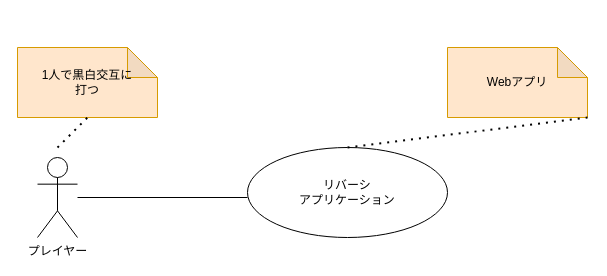
The draw.io diagram docs/context_diagram.drawio in t1k2a/udemy-reversi-webapp, before the edit. Source tidied: cells renumbered, new cells numbered last; positions are measured from the earlier drawing's top-left corner, leaving out a move shared by most shapes. Both pictures are drawn from the tidied source at 100%, with x=0, y=0 at pixel (17, 47).
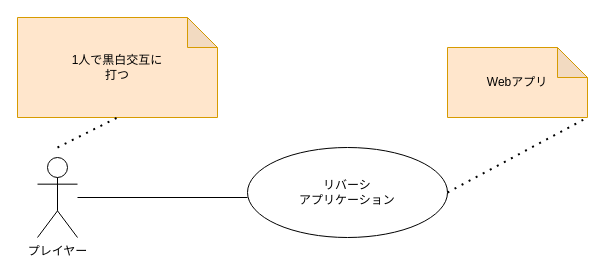
The same diagram, later.

The edit, as a diff of the source:
```diff
@@
 <mxGraphModel>
   <root>
     <mxCell id="0" />
     <mxCell id="1" parent="0" />
     <mxCell id="2" value="リバーシ&lt;br&gt;アプリケーション" style="ellipse;whiteSpace=wrap;html=1;" parent="1" vertex="1">
       <mxGeometry x="230" y="100" width="200" height="90" as="geometry" />
     </mxCell>
     <mxCell id="3" value="プレイヤー" style="shape=umlActor;verticalLabelPosition=bottom;verticalAlign=top;html=1;" parent="1" vertex="1">
       <mxGeometry x="20" y="110" width="40" height="80" as="geometry" />
     </mxCell>
     <mxCell id="4" style="line;strokeWidth=1;fillColor=none;align=left;verticalAlign=middle;spacingTop=-1;spacingLeft=3;spacingRight=3;labelPosition=right;strokeColor=inherit;" parent="1" vertex="1">
       <mxGeometry x="60" y="146" width="170" height="8" as="geometry" />
     </mxCell>
     <mxCell id="5" value="Webアプリ" style="shape=note;whiteSpace=wrap;html=1;backgroundOutline=1;darkOpacity=0.05;fillColor=#ffe6cc;strokeColor=#d79b00;" parent="1" vertex="1">
       <mxGeometry x="430" width="140" height="70" as="geometry" />
     </mxCell>
-    <mxCell id="6" style="endArrow=none;dashed=1;html=1;dashPattern=1 3;strokeWidth=2;entryX=1;entryY=1;entryDx=0;entryDy=0;entryPerimeter=0;exitX=0.5;exitY=0;exitDx=0;exitDy=0;" parent="1" edge="1" source="2" target="5">
+    <mxCell id="6" style="endArrow=none;dashed=1;html=1;dashPattern=1 3;strokeWidth=2;entryX=1;entryY=1;entryDx=0;entryDy=0;entryPerimeter=0;exitX=1;exitY=0.5;exitDx=0;exitDy=0;" parent="1" edge="1" source="2" target="5">
       <mxGeometry relative="1" as="geometry" />
     </mxCell>
     <mxCell id="7" value="1人で黒白交互に&lt;br&gt;打つ" style="shape=note;whiteSpace=wrap;html=1;backgroundOutline=1;darkOpacity=0.05;fillColor=#ffe6cc;strokeColor=#d79b00;" parent="1" vertex="1">
-      <mxGeometry width="140" height="70" as="geometry" />
+      <mxGeometry y="-30" width="200" height="100" as="geometry" />
     </mxCell>
     <mxCell id="8" style="endArrow=none;dashed=1;html=1;dashPattern=1 3;strokeWidth=2;entryX=0.5;entryY=1;entryDx=0;entryDy=0;entryPerimeter=0;" parent="1" edge="1" target="7">
       <mxGeometry relative="1" as="geometry">
         <mxPoint x="40" y="100" as="sourcePoint" />
       </mxGeometry>
     </mxCell>
   </root>
 </mxGraphModel>
```
